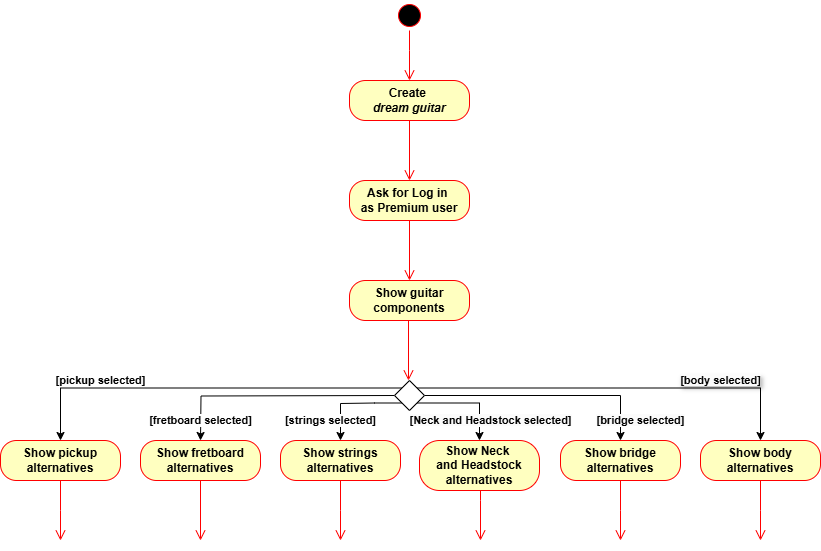
Before: ActivityDiagramT.drawio.png, a diagram exported from draw.io (TizianoLilli/ISPW-Project). Source tidied: cells renumbered, new cells last; positions are measured from the earlier drawing's top-left corner, leaving out a move shared by most shapes.
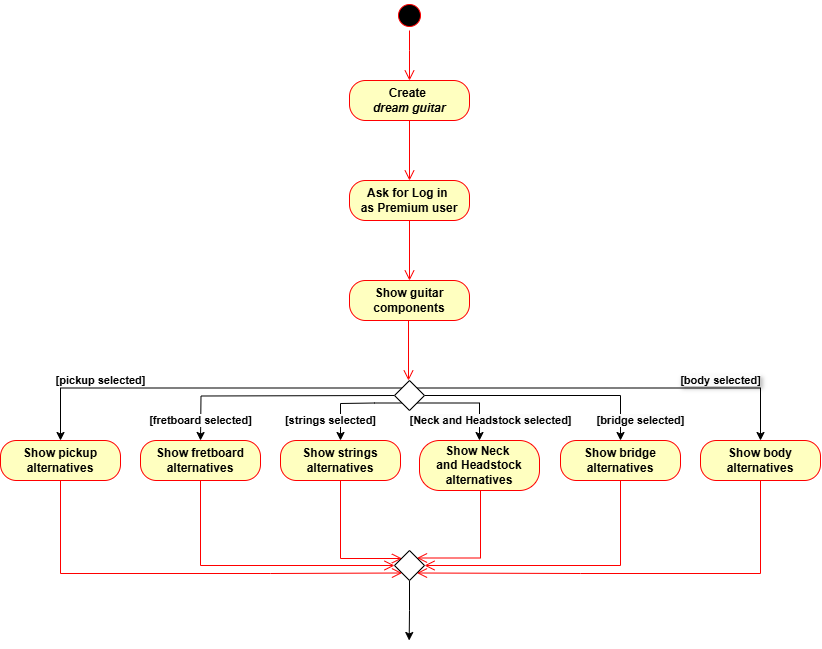
The same file after the commit.

The edit, as a diff of the source:
```diff
@@ -77,57 +77,73 @@
     <mxCell id="17" value="&lt;b&gt;Show pickup&lt;/b&gt;&lt;div&gt;&lt;b&gt;alternatives&lt;/b&gt;&lt;/div&gt;" style="rounded=1;whiteSpace=wrap;html=1;arcSize=40;fontColor=#000000;fillColor=#ffffc0;strokeColor=#ff0000;" parent="1" vertex="1">
       <mxGeometry y="440" width="120" height="40" as="geometry" />
     </mxCell>
-    <mxCell id="18" style="edgeStyle=orthogonalEdgeStyle;html=1;verticalAlign=bottom;endArrow=open;endSize=8;strokeColor=#ff0000;rounded=0;" parent="1" edge="1" source="17">
+    <mxCell id="18" style="edgeStyle=orthogonalEdgeStyle;html=1;verticalAlign=bottom;endArrow=open;endSize=8;strokeColor=#ff0000;rounded=0;entryX=0;entryY=1;entryDx=0;entryDy=0;" parent="1" edge="1" source="17" target="30">
       <mxGeometry relative="1" as="geometry">
-        <mxPoint x="60" y="540" as="targetPoint" />
+        <Array as="points">
+          <mxPoint x="60" y="573" />
+          <mxPoint x="270" y="573" />
+        </Array>
       </mxGeometry>
     </mxCell>
     <mxCell id="19" value="&lt;b&gt;Show fretboard&lt;/b&gt;&lt;div&gt;&lt;b&gt;alternatives&lt;/b&gt;&lt;/div&gt;" style="rounded=1;whiteSpace=wrap;html=1;arcSize=40;fontColor=#000000;fillColor=#ffffc0;strokeColor=#ff0000;" parent="1" vertex="1">
       <mxGeometry x="140" y="440" width="120" height="40" as="geometry" />
     </mxCell>
-    <mxCell id="20" style="edgeStyle=orthogonalEdgeStyle;html=1;verticalAlign=bottom;endArrow=open;endSize=8;strokeColor=#ff0000;rounded=0;" parent="1" edge="1" source="19">
+    <mxCell id="20" style="edgeStyle=orthogonalEdgeStyle;html=1;verticalAlign=bottom;endArrow=open;endSize=8;strokeColor=#ff0000;rounded=0;entryX=0;entryY=0.5;entryDx=0;entryDy=0;" parent="1" edge="1" source="19" target="30">
       <mxGeometry relative="1" as="geometry">
-        <mxPoint x="200" y="540" as="targetPoint" />
         <Array as="points">
-          <mxPoint x="200" y="540" />
+          <mxPoint x="200" y="565" />
         </Array>
       </mxGeometry>
     </mxCell>
     <mxCell id="21" value="&lt;b&gt;Show bridge&lt;/b&gt;&lt;div&gt;&lt;b&gt;alternatives&lt;/b&gt;&lt;/div&gt;" style="rounded=1;whiteSpace=wrap;html=1;arcSize=40;fontColor=#000000;fillColor=#ffffc0;strokeColor=#ff0000;" parent="1" vertex="1">
       <mxGeometry x="560" y="440" width="120" height="40" as="geometry" />
     </mxCell>
-    <mxCell id="22" style="edgeStyle=orthogonalEdgeStyle;html=1;verticalAlign=bottom;endArrow=open;endSize=8;strokeColor=#ff0000;rounded=0;" parent="1" edge="1" source="21">
+    <mxCell id="22" style="edgeStyle=orthogonalEdgeStyle;html=1;verticalAlign=bottom;endArrow=open;endSize=8;strokeColor=#ff0000;rounded=0;entryX=1;entryY=0.5;entryDx=0;entryDy=0;" parent="1" edge="1" source="21" target="30">
       <mxGeometry relative="1" as="geometry">
-        <mxPoint x="620" y="540" as="targetPoint" />
+        <Array as="points">
+          <mxPoint x="620" y="565" />
+        </Array>
       </mxGeometry>
     </mxCell>
     <mxCell id="23" value="&lt;b&gt;Show Neck&amp;nbsp;&lt;/b&gt;&lt;div&gt;&lt;b&gt;and Headstock&lt;/b&gt;&lt;div&gt;&lt;b&gt;alternatives&lt;/b&gt;&lt;/div&gt;&lt;/div&gt;" style="rounded=1;whiteSpace=wrap;html=1;arcSize=40;fontColor=#000000;fillColor=#ffffc0;strokeColor=#ff0000;" parent="1" vertex="1">
       <mxGeometry x="419" y="440" width="120" height="50" as="geometry" />
     </mxCell>
-    <mxCell id="24" style="edgeStyle=orthogonalEdgeStyle;html=1;verticalAlign=bottom;endArrow=open;endSize=8;strokeColor=#ff0000;rounded=0;" parent="1" edge="1" source="23">
+    <mxCell id="24" style="edgeStyle=orthogonalEdgeStyle;html=1;verticalAlign=bottom;endArrow=open;endSize=8;strokeColor=#ff0000;rounded=0;entryX=1;entryY=0;entryDx=0;entryDy=0;" parent="1" edge="1" source="23" target="30">
       <mxGeometry relative="1" as="geometry">
-        <mxPoint x="480" y="540" as="targetPoint" />
         <Array as="points">
-          <mxPoint x="480" y="500" />
-          <mxPoint x="480" y="500" />
+          <mxPoint x="480" y="558" />
         </Array>
       </mxGeometry>
     </mxCell>
     <mxCell id="25" value="&lt;b&gt;Show strings&lt;/b&gt;&lt;div&gt;&lt;b&gt;alternatives&lt;/b&gt;&lt;/div&gt;" style="rounded=1;whiteSpace=wrap;html=1;arcSize=40;fontColor=#000000;fillColor=#ffffc0;strokeColor=#ff0000;" parent="1" vertex="1">
       <mxGeometry x="280" y="440" width="120" height="40" as="geometry" />
     </mxCell>
-    <mxCell id="26" style="edgeStyle=orthogonalEdgeStyle;html=1;verticalAlign=bottom;endArrow=open;endSize=8;strokeColor=#ff0000;rounded=0;" parent="1" edge="1" source="25">
+    <mxCell id="26" style="edgeStyle=orthogonalEdgeStyle;html=1;verticalAlign=bottom;endArrow=open;endSize=8;strokeColor=#ff0000;rounded=0;entryX=0;entryY=0;entryDx=0;entryDy=0;" parent="1" edge="1" source="25" target="30">
       <mxGeometry relative="1" as="geometry">
-        <mxPoint x="340" y="540" as="targetPoint" />
+        <Array as="points">
+          <mxPoint x="340" y="558" />
+          <mxPoint x="402" y="558" />
+        </Array>
       </mxGeometry>
     </mxCell>
     <mxCell id="27" value="&lt;b&gt;Show body&lt;/b&gt;&lt;div&gt;&lt;b&gt;alternatives&lt;/b&gt;&lt;/div&gt;" style="rounded=1;whiteSpace=wrap;html=1;arcSize=40;fontColor=#000000;fillColor=#ffffc0;strokeColor=#ff0000;" parent="1" vertex="1">
       <mxGeometry x="700" y="440" width="120" height="40" as="geometry" />
     </mxCell>
-    <mxCell id="28" style="edgeStyle=orthogonalEdgeStyle;html=1;verticalAlign=bottom;endArrow=open;endSize=8;strokeColor=#ff0000;rounded=0;" parent="1" edge="1" source="27">
+    <mxCell id="28" style="edgeStyle=orthogonalEdgeStyle;html=1;verticalAlign=bottom;endArrow=open;endSize=8;strokeColor=#ff0000;rounded=0;entryX=1;entryY=1;entryDx=0;entryDy=0;" parent="1" edge="1" source="27" target="30">
       <mxGeometry relative="1" as="geometry">
-        <mxPoint x="760" y="540" as="targetPoint" />
+        <Array as="points">
+          <mxPoint x="760" y="573" />
+          <mxPoint x="580" y="573" />
+        </Array>
       </mxGeometry>
     </mxCell>
+    <mxCell id="29" style="edgeStyle=orthogonalEdgeStyle;rounded=0;jettySize=auto;html=1;exitX=0.5;exitY=1;exitDx=0;exitDy=0;" parent="1" edge="1" source="30">
+      <mxGeometry relative="1" as="geometry">
+        <mxPoint x="408.7" y="640" as="targetPoint" />
+      </mxGeometry>
+    </mxCell>
+    <mxCell id="30" style="rhombus;whiteSpace=wrap;html=1;" parent="1" vertex="1">
+      <mxGeometry x="394" y="550" width="30" height="30" as="geometry" />
+    </mxCell>
   </root>
 </mxGraphModel>
```
